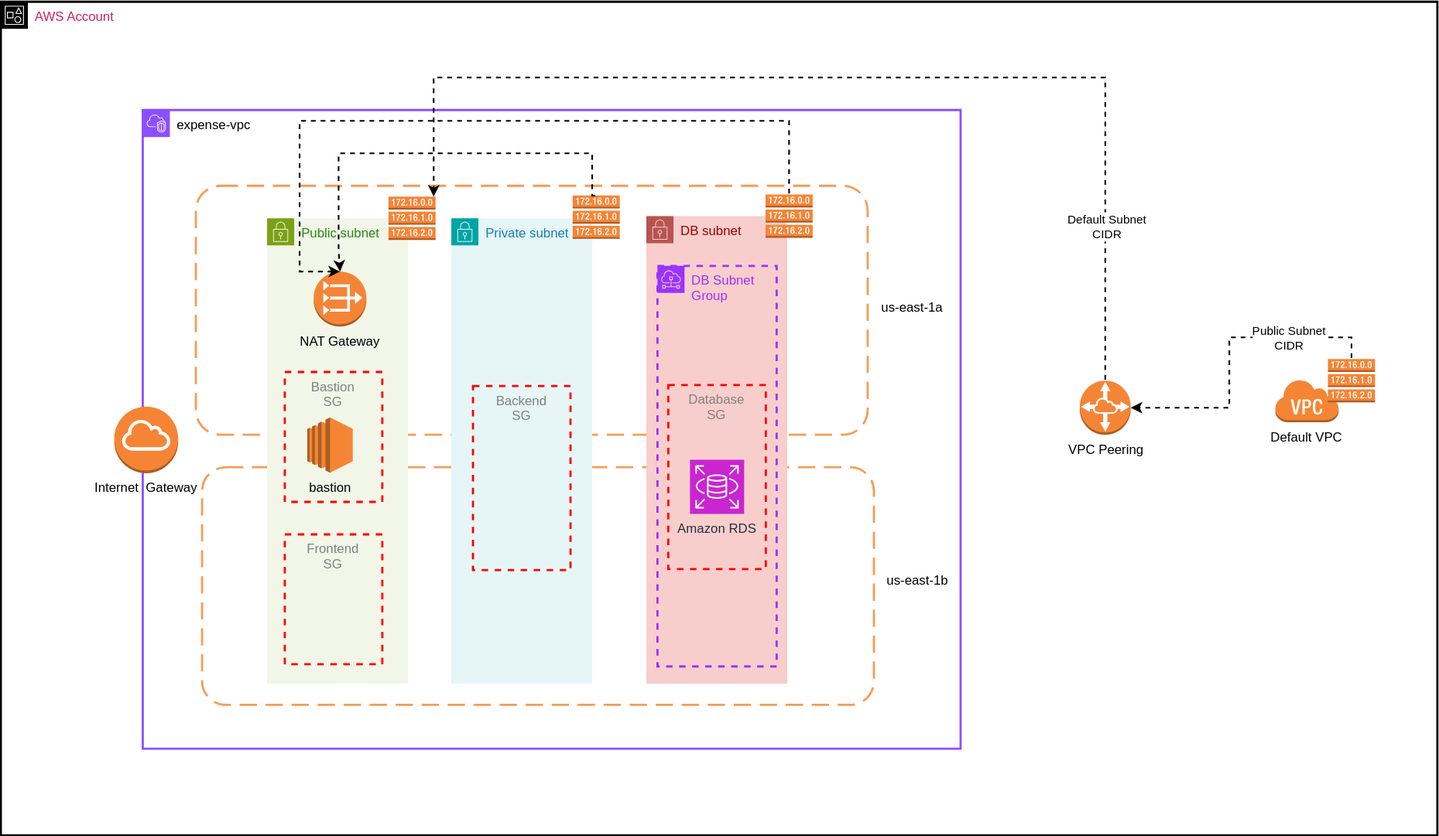
harsha-commit/daws-terraform keeps this draw.io diagram as assignment-svgs/vpc-v6.drawio.svg. Above is the earlier version. Source tidied: cells renumbered, new cells last; positions are measured from the earlier drawing's top-left corner, leaving out a move shared by most shapes.
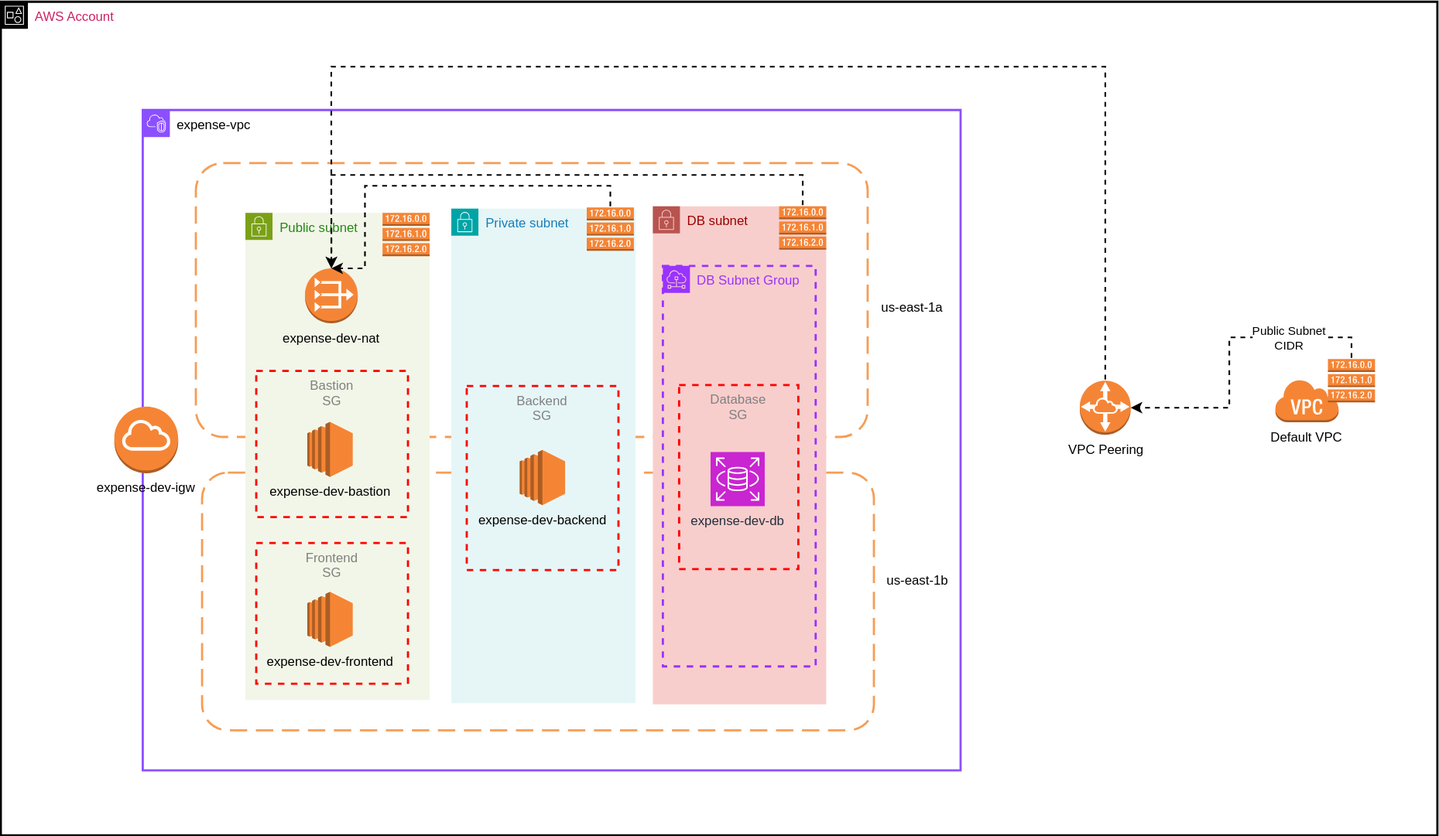
The same diagram one commit later.

Diff of the diagram source:
```diff
@@ -3,38 +3,35 @@
     <mxCell id="0" />
     <mxCell id="1" value="AZs" parent="0" />
     <mxCell id="2" style="rounded=1;arcSize=10;dashed=1;strokeColor=#F59D56;fillColor=none;gradientColor=none;dashPattern=8 4;strokeWidth=2;" parent="1" vertex="1">
-      <mxGeometry x="180.2" y="170" width="620" height="230" as="geometry" />
+      <mxGeometry x="240.2" y="149" width="620" height="253" as="geometry" />
     </mxCell>
     <mxCell id="3" style="rounded=1;arcSize=10;dashed=1;strokeColor=#F59D56;fillColor=none;gradientColor=none;dashPattern=8 4;strokeWidth=2;" parent="1" vertex="1">
-      <mxGeometry x="186" y="430" width="620" height="219.5" as="geometry" />
+      <mxGeometry x="246" y="435" width="620" height="238" as="geometry" />
     </mxCell>
     <mxCell id="4" value="Main" parent="0" />
     <mxCell id="5" value="Public subnet" style="gradientColor=none;html=1;whiteSpace=wrap;fontSize=12;fontStyle=0;shape=mxgraph.aws4.group;grIcon=mxgraph.aws4.group_security_group;grStroke=0;strokeColor=#7AA116;fillColor=#F2F6E8;verticalAlign=top;align=left;spacingLeft=30;fontColor=#248814;dashed=0;" parent="4" vertex="1">
-      <mxGeometry x="246" y="200" width="130" height="430" as="geometry" />
+      <mxGeometry x="286" y="195" width="170" height="450" as="geometry" />
     </mxCell>
     <mxCell id="6" value="Private subnet" style="gradientColor=none;html=1;whiteSpace=wrap;fontSize=12;fontStyle=0;shape=mxgraph.aws4.group;grIcon=mxgraph.aws4.group_security_group;grStroke=0;strokeColor=#00A4A6;fillColor=#E6F6F7;verticalAlign=top;align=left;spacingLeft=30;fontColor=#147EBA;dashed=0;" parent="4" vertex="1">
-      <mxGeometry x="416" y="200" width="130" height="430" as="geometry" />
+      <mxGeometry x="476" y="191" width="170" height="457" as="geometry" />
     </mxCell>
     <mxCell id="7" style="dashed=0;verticalLabelPosition=bottom;verticalAlign=top;align=center;html=1;shape=mxgraph.aws3.route_table;fillColor=#F58536;gradientColor=none;" parent="4" vertex="1">
-      <mxGeometry x="358" y="180" width="43.5" height="40" as="geometry" />
+      <mxGeometry x="412.5" y="195" width="43.5" height="40" as="geometry" />
     </mxCell>
-    <mxCell id="8" style="outlineConnect=0;dashed=0;verticalLabelPosition=bottom;verticalAlign=top;align=center;html=1;shape=mxgraph.aws3.route_table;fillColor=#F58536;gradientColor=none;" parent="4" vertex="1">
-      <mxGeometry x="528" y="179" width="43.5" height="40" as="geometry" />
-    </mxCell>
     <mxCell id="9" value="&lt;font color=&quot;#000000&quot;&gt;expense-vpc&lt;/font&gt;" style="gradientColor=none;html=1;whiteSpace=wrap;fontSize=12;fontStyle=0;shape=mxgraph.aws4.group;grIcon=mxgraph.aws4.group_vpc2;strokeColor=#8C4FFF;fillColor=none;verticalAlign=top;align=left;spacingLeft=30;fontColor=#AAB7B8;dashed=0;strokeWidth=2;" parent="4" vertex="1">
-      <mxGeometry x="131.2" y="100" width="754.8" height="590" as="geometry" />
+      <mxGeometry x="191.2" y="100" width="754.8" height="610" as="geometry" />
     </mxCell>
     <mxCell id="10" value="&lt;font color=&quot;#990000&quot;&gt;DB subnet&lt;/font&gt;" style="html=1;whiteSpace=wrap;fontSize=12;fontStyle=0;shape=mxgraph.aws4.group;grIcon=mxgraph.aws4.group_security_group;grStroke=0;strokeColor=#b85450;fillColor=#f8cecc;verticalAlign=top;align=left;spacingLeft=30;dashed=0;" parent="4" vertex="1">
-      <mxGeometry x="596" y="198" width="130" height="432" as="geometry" />
+      <mxGeometry x="662" y="189" width="160" height="460" as="geometry" />
     </mxCell>
     <mxCell id="11" style="outlineConnect=0;dashed=0;verticalLabelPosition=bottom;verticalAlign=top;align=center;html=1;shape=mxgraph.aws3.route_table;fillColor=#F58536;gradientColor=none;" parent="4" vertex="1">
-      <mxGeometry x="706" y="178" width="43.5" height="40" as="geometry" />
+      <mxGeometry x="778.5" y="189" width="43.5" height="40" as="geometry" />
     </mxCell>
     <mxCell id="12" value="Default VPC" style="dashed=0;verticalLabelPosition=bottom;verticalAlign=top;align=center;html=1;shape=mxgraph.aws3.virtual_private_cloud;fillColor=#F58534;gradientColor=none;" parent="4" vertex="1">
-      <mxGeometry x="1176" y="348.5" width="58.9" height="40" as="geometry" />
+      <mxGeometry x="1236" y="348.5" width="58.9" height="40" as="geometry" />
     </mxCell>
     <mxCell id="13" style="outlineConnect=0;dashed=0;verticalLabelPosition=bottom;verticalAlign=top;align=center;html=1;shape=mxgraph.aws3.route_table;fillColor=#F58536;gradientColor=none;" parent="4" vertex="1">
-      <mxGeometry x="1225" y="330" width="43.5" height="40" as="geometry" />
+      <mxGeometry x="1285" y="330" width="43.5" height="40" as="geometry" />
     </mxCell>
     <mxCell id="14" style="edgeStyle=orthogonalEdgeStyle;rounded=0;jettySize=auto;html=1;exitX=0.5;exitY=0;exitDx=0;exitDy=0;exitPerimeter=0;entryX=1;entryY=0.5;entryDx=0;entryDy=0;entryPerimeter=0;fillColor=#f5f5f5;strokeColor=#000000;strokeWidth=1.5;flowAnimation=1;dashed=1;" parent="4" edge="1" source="13" target="18">
       <mxGeometry relative="1" as="geometry" />
@@ -43,75 +40,77 @@
       <mxGeometry x="-0.45" relative="1" as="geometry" />
     </mxCell>
     <mxCell id="16" value="AWS Account" style="gradientColor=none;html=1;whiteSpace=wrap;fontSize=12;fontStyle=0;shape=mxgraph.aws4.group;grIcon=mxgraph.aws4.group_account;strokeColor=#000000;fillColor=none;verticalAlign=top;align=left;spacingLeft=30;fontColor=#CD2264;dashed=0;strokeWidth=2;" parent="4" vertex="1">
-      <mxGeometry x="0.2" width="1325.8" height="770" as="geometry" />
+      <mxGeometry x="60.2" width="1325.8" height="770" as="geometry" />
     </mxCell>
-    <mxCell id="17" value="NAT Gateway" style="outlineConnect=0;dashed=0;verticalLabelPosition=bottom;verticalAlign=top;align=center;html=1;shape=mxgraph.aws3.vpc_nat_gateway;fillColor=#F58536;gradientColor=none;" parent="16" vertex="1">
-      <mxGeometry x="288.8" y="249.2" width="48.6" height="50.8" as="geometry" />
+    <mxCell id="17" value="expense-dev-nat" style="outlineConnect=0;dashed=0;verticalLabelPosition=bottom;verticalAlign=top;align=center;html=1;shape=mxgraph.aws3.vpc_nat_gateway;fillColor=#F58536;gradientColor=none;" parent="16" vertex="1">
+      <mxGeometry x="280.8" y="246.2" width="48.6" height="50.8" as="geometry" />
     </mxCell>
     <mxCell id="18" value="VPC Peering" style="outlineConnect=0;dashed=0;verticalLabelPosition=bottom;verticalAlign=top;align=center;html=1;shape=mxgraph.aws3.vpc_peering;fillColor=#F58536;gradientColor=none;" parent="16" vertex="1">
       <mxGeometry x="995.8" y="350" width="47" height="50" as="geometry" />
     </mxCell>
     <mxCell id="19" value="&lt;font color=&quot;#9933ff&quot;&gt;DB Subnet Group&lt;/font&gt;" style="sketch=0;gradientColor=none;html=1;whiteSpace=wrap;fontSize=12;fontStyle=0;shape=mxgraph.aws4.group;grIcon=mxgraph.aws4.group_subnet;strokeColor=#9933FF;fillColor=none;verticalAlign=top;align=left;spacingLeft=30;fontColor=#879196;dashed=1;strokeWidth=2;" parent="16" vertex="1">
-      <mxGeometry x="606" y="244" width="110" height="370" as="geometry" />
+      <mxGeometry x="611" y="244" width="141" height="370" as="geometry" />
     </mxCell>
     <mxCell id="20" value="&lt;div&gt;&lt;font color=&quot;#808080&quot;&gt;Database&lt;/font&gt;&lt;/div&gt;&lt;font color=&quot;#808080&quot;&gt;S&lt;/font&gt;&lt;span style=&quot;color: rgb(128, 128, 128); background-color: initial;&quot;&gt;G&lt;/span&gt;" style="fillColor=none;strokeColor=#FF0000;verticalAlign=top;fontStyle=0;fontColor=#DD3522;whiteSpace=wrap;html=1;dashed=1;strokeWidth=2;" parent="16" vertex="1">
-      <mxGeometry x="616" y="354" width="90" height="170" as="geometry" />
+      <mxGeometry x="626" y="354" width="110" height="170" as="geometry" />
     </mxCell>
     <mxCell id="21" value="&lt;font color=&quot;#808080&quot;&gt;Backend&lt;br&gt;S&lt;/font&gt;&lt;span style=&quot;color: rgb(128, 128, 128); background-color: initial;&quot;&gt;G&lt;/span&gt;" style="fillColor=none;strokeColor=#FF0000;verticalAlign=top;fontStyle=0;fontColor=#DD3522;whiteSpace=wrap;html=1;dashed=1;strokeWidth=2;" parent="16" vertex="1">
-      <mxGeometry x="435.8" y="355" width="90" height="170" as="geometry" />
+      <mxGeometry x="430" y="355" width="140" height="170" as="geometry" />
     </mxCell>
     <mxCell id="22" value="us-east-1b" style="text;html=1;align=center;verticalAlign=middle;strokeColor=none;fillColor=none;" parent="16" vertex="1">
       <mxGeometry x="805.8" y="520" width="80" height="30" as="geometry" />
     </mxCell>
-    <mxCell id="23" value="Amazon RDS" style="sketch=0;fontColor=#232F3E;fillColor=#C925D1;strokeColor=#ffffff;dashed=0;verticalLabelPosition=bottom;verticalAlign=top;align=center;html=1;fontSize=12;fontStyle=0;shape=mxgraph.aws4.resourceIcon;resIcon=mxgraph.aws4.rds;" parent="16" vertex="1">
-      <mxGeometry x="636" y="423" width="50" height="50" as="geometry" />
+    <mxCell id="23" value="expense-dev-db" style="sketch=0;fontColor=#232F3E;fillColor=#C925D1;strokeColor=#ffffff;dashed=0;verticalLabelPosition=bottom;verticalAlign=top;align=center;html=1;fontSize=12;fontStyle=0;shape=mxgraph.aws4.resourceIcon;resIcon=mxgraph.aws4.rds;" parent="16" vertex="1">
+      <mxGeometry x="655" y="416" width="50" height="50" as="geometry" />
     </mxCell>
-    <mxCell id="24" value="bastion" style="dashed=0;verticalLabelPosition=bottom;verticalAlign=top;align=center;html=1;shape=mxgraph.aws3.ec2;fillColor=#F58534;gradientColor=none;" parent="16" vertex="1">
-      <mxGeometry x="282.8" y="384" width="42" height="51" as="geometry" />
+    <mxCell id="24" value="expense-dev-bastion" style="dashed=0;verticalLabelPosition=bottom;verticalAlign=top;align=center;html=1;shape=mxgraph.aws3.ec2;fillColor=#F58534;gradientColor=none;" parent="16" vertex="1">
+      <mxGeometry x="282.8" y="388" width="42" height="51" as="geometry" />
     </mxCell>
-    <mxCell id="25" value="Internet&amp;nbsp; Gateway" style="dashed=0;verticalLabelPosition=bottom;verticalAlign=top;align=center;html=1;shape=mxgraph.aws3.internet_gateway;fillColor=#F58534;gradientColor=none;" parent="16" vertex="1">
+    <mxCell id="25" value="expense-dev-igw" style="dashed=0;verticalLabelPosition=bottom;verticalAlign=top;align=center;html=1;shape=mxgraph.aws3.internet_gateway;fillColor=#F58534;gradientColor=none;" parent="16" vertex="1">
       <mxGeometry x="104.8" y="374" width="58.9" height="61.5" as="geometry" />
     </mxCell>
+    <mxCell id="8" style="outlineConnect=0;dashed=0;verticalLabelPosition=bottom;verticalAlign=top;align=center;html=1;shape=mxgraph.aws3.route_table;fillColor=#F58536;gradientColor=none;" parent="16" vertex="1">
+      <mxGeometry x="540.8" y="190" width="43.5" height="40" as="geometry" />
+    </mxCell>
-    <mxCell id="26" style="edgeStyle=orthogonalEdgeStyle;rounded=0;jettySize=auto;html=1;entryX=0.5;entryY=0;entryDx=0;entryDy=0;entryPerimeter=0;strokeWidth=1.5;flowAnimation=1;dashed=1;exitX=0.5;exitY=0;exitDx=0;exitDy=0;exitPerimeter=0;" parent="4" edge="1" source="8" target="17">
+    <mxCell id="26" style="edgeStyle=orthogonalEdgeStyle;rounded=0;jettySize=auto;html=1;exitX=0.5;exitY=0;exitDx=0;exitDy=0;exitPerimeter=0;entryX=0.5;entryY=0;entryDx=0;entryDy=0;entryPerimeter=0;flowAnimation=1;dashed=1;strokeWidth=1.5;" parent="16" edge="1" source="8" target="17">
       <mxGeometry relative="1" as="geometry">
         <Array as="points">
-          <mxPoint x="546" y="179" />
-          <mxPoint x="546" y="140" />
-          <mxPoint x="312" y="140" />
-          <mxPoint x="312" y="230" />
-          <mxPoint x="313" y="230" />
+          <mxPoint x="562" y="170" />
+          <mxPoint x="336" y="170" />
+          <mxPoint x="336" y="246" />
         </Array>
       </mxGeometry>
     </mxCell>
+    <mxCell id="33" style="edgeStyle=orthogonalEdgeStyle;rounded=0;jettySize=auto;html=1;exitX=0.5;exitY=0;exitDx=0;exitDy=0;exitPerimeter=0;entryX=0.5;entryY=0;entryDx=0;entryDy=0;entryPerimeter=0;strokeWidth=1.5;dashed=1;flowAnimation=1;" parent="16" edge="1" source="18" target="17">
+      <mxGeometry relative="1" as="geometry">
+        <Array as="points">
+          <mxPoint x="1019" y="60" />
+          <mxPoint x="305" y="60" />
+        </Array>
+      </mxGeometry>
+    </mxCell>
+    <mxCell id="30" value="us-east-1a" style="text;html=1;align=center;verticalAlign=middle;strokeColor=none;fillColor=none;" parent="4" vertex="1">
+      <mxGeometry x="861" y="268" width="80" height="30" as="geometry" />
+    </mxCell>
+    <mxCell id="32" value="&lt;font color=&quot;#808080&quot;&gt;Frontend&lt;/font&gt;&lt;br&gt;&lt;div&gt;&lt;font color=&quot;#808080&quot;&gt;S&lt;/font&gt;&lt;span style=&quot;color: rgb(128, 128, 128); background-color: initial;&quot;&gt;G&lt;/span&gt;&lt;/div&gt;" style="fillColor=none;strokeColor=#FF0000;verticalAlign=top;fontStyle=0;fontColor=#DD3522;whiteSpace=wrap;html=1;dashed=1;strokeWidth=2;" parent="4" vertex="1">
+      <mxGeometry x="296" y="500" width="140" height="130" as="geometry" />
+    </mxCell>
+    <mxCell id="34" value="expense-dev-frontend" style="dashed=0;verticalLabelPosition=bottom;verticalAlign=top;align=center;html=1;shape=mxgraph.aws3.ec2;fillColor=#F58534;gradientColor=none;" parent="4" vertex="1">
+      <mxGeometry x="343.1" y="545" width="42" height="51" as="geometry" />
+    </mxCell>
+    <mxCell id="35" value="expense-dev-backend" style="dashed=0;verticalLabelPosition=bottom;verticalAlign=top;align=center;html=1;shape=mxgraph.aws3.ec2;fillColor=#F58534;gradientColor=none;" parent="4" vertex="1">
+      <mxGeometry x="539.1" y="414" width="42" height="51" as="geometry" />
+    </mxCell>
+    <mxCell id="31" value="&lt;font color=&quot;#808080&quot;&gt;Bastion&lt;/font&gt;&lt;div&gt;&lt;font color=&quot;#808080&quot;&gt;S&lt;/font&gt;&lt;span style=&quot;color: rgb(128, 128, 128); background-color: initial;&quot;&gt;G&lt;/span&gt;&lt;/div&gt;" style="fillColor=none;strokeColor=#FF0000;verticalAlign=top;fontStyle=0;fontColor=#DD3522;whiteSpace=wrap;html=1;dashed=1;strokeWidth=2;" parent="4" vertex="1">
+      <mxGeometry x="296" y="341" width="140" height="135" as="geometry" />
+    </mxCell>
-    <mxCell id="27" style="edgeStyle=orthogonalEdgeStyle;rounded=0;jettySize=auto;html=1;entryX=0.5;entryY=0;entryDx=0;entryDy=0;entryPerimeter=0;strokeWidth=1.5;flowAnimation=1;dashed=1;exitX=0.5;exitY=0;exitDx=0;exitDy=0;exitPerimeter=0;" parent="4" edge="1" source="11" target="17">
+    <mxCell id="27" style="edgeStyle=orthogonalEdgeStyle;rounded=0;jettySize=auto;html=1;exitX=0.5;exitY=0;exitDx=0;exitDy=0;exitPerimeter=0;entryX=0.5;entryY=0;entryDx=0;entryDy=0;entryPerimeter=0;flowAnimation=1;dashed=1;strokeWidth=1.5;" parent="4" edge="1" source="11" target="17">
       <mxGeometry relative="1" as="geometry">
         <Array as="points">
-          <mxPoint x="728" y="110" />
-          <mxPoint x="276" y="110" />
-          <mxPoint x="276" y="249" />
+          <mxPoint x="800" y="160" />
+          <mxPoint x="365" y="160" />
         </Array>
       </mxGeometry>
     </mxCell>
-    <mxCell id="28" style="edgeStyle=orthogonalEdgeStyle;rounded=0;jettySize=auto;html=1;exitX=0.5;exitY=0;exitDx=0;exitDy=0;exitPerimeter=0;entryX=0.5;entryY=0;entryDx=0;entryDy=0;entryPerimeter=0;dashed=1;flowAnimation=1;strokeWidth=1.5;" parent="4" edge="1" source="18">
-      <mxGeometry relative="1" as="geometry">
-        <mxPoint x="399.7" y="180" as="targetPoint" />
-        <Array as="points">
-          <mxPoint x="1020" y="70" />
-          <mxPoint x="400" y="70" />
-        </Array>
-      </mxGeometry>
-    </mxCell>
-    <mxCell id="29" value="Default Subnet&lt;br&gt;CIDR" style="edgeLabel;html=1;align=center;verticalAlign=middle;" parent="28" vertex="1">
-      <mxGeometry x="-0.72" y="-1" relative="1" as="geometry" />
-    </mxCell>
-    <mxCell id="30" value="us-east-1a" style="text;html=1;align=center;verticalAlign=middle;strokeColor=none;fillColor=none;" parent="4" vertex="1">
-      <mxGeometry x="801" y="268" width="80" height="30" as="geometry" />
-    </mxCell>
-    <mxCell id="31" value="&lt;font color=&quot;#808080&quot;&gt;Bastion&lt;/font&gt;&lt;div&gt;&lt;font color=&quot;#808080&quot;&gt;S&lt;/font&gt;&lt;span style=&quot;color: rgb(128, 128, 128); background-color: initial;&quot;&gt;G&lt;/span&gt;&lt;/div&gt;" style="fillColor=none;strokeColor=#FF0000;verticalAlign=top;fontStyle=0;fontColor=#DD3522;whiteSpace=wrap;html=1;dashed=1;strokeWidth=2;" parent="4" vertex="1">
-      <mxGeometry x="262.3" y="342" width="90" height="120" as="geometry" />
-    </mxCell>
-    <mxCell id="32" value="&lt;font color=&quot;#808080&quot;&gt;Frontend&lt;/font&gt;&lt;br&gt;&lt;div&gt;&lt;font color=&quot;#808080&quot;&gt;S&lt;/font&gt;&lt;span style=&quot;color: rgb(128, 128, 128); background-color: initial;&quot;&gt;G&lt;/span&gt;&lt;/div&gt;" style="fillColor=none;strokeColor=#FF0000;verticalAlign=top;fontStyle=0;fontColor=#DD3522;whiteSpace=wrap;html=1;dashed=1;strokeWidth=2;" parent="4" vertex="1">
-      <mxGeometry x="262.3" y="492" width="90" height="120" as="geometry" />
-    </mxCell>
   </root>
 </mxGraphModel>
```
